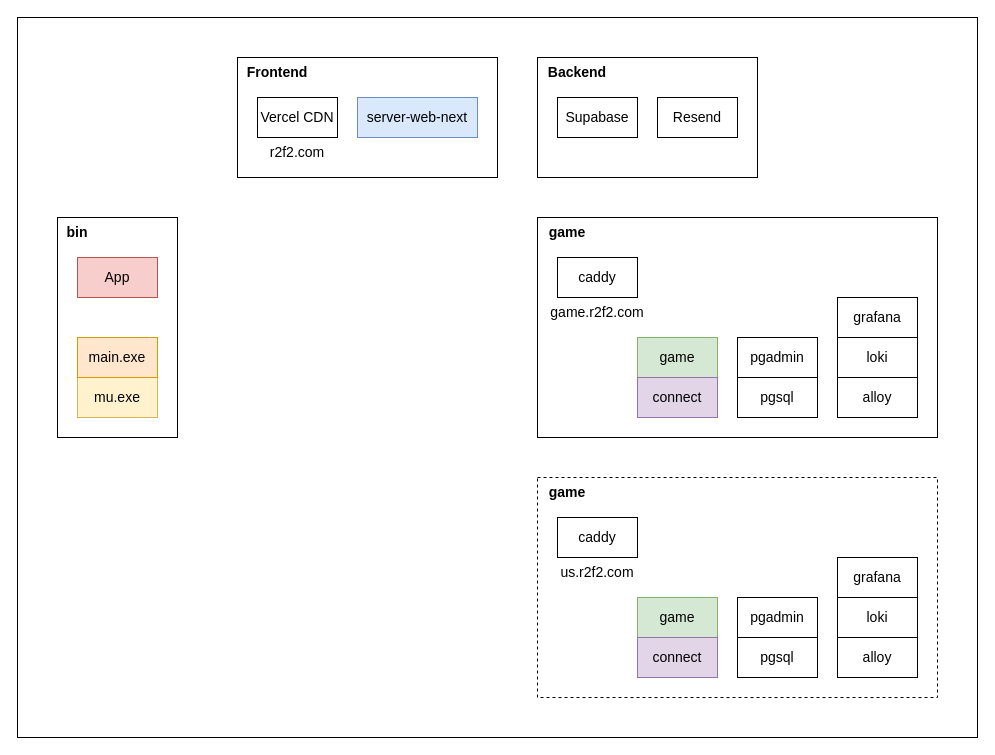
Earlier version of the draw.io diagram docker/deploy.drawio (xujintao/balgass). Source tidied: cells renumbered, new cells numbered last; positions are measured from the earlier drawing's top-left corner, leaving out a move shared by most shapes. Both pictures are drawn from the tidied source at 100%, with x=0, y=0 at pixel (17, 17).
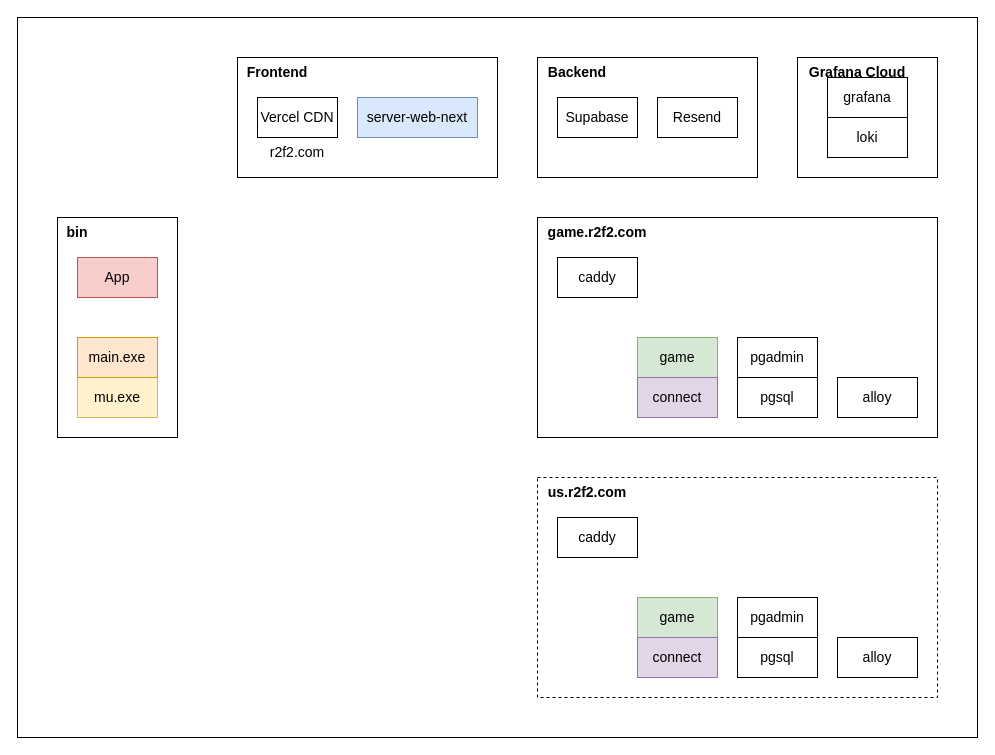
The same diagram, later.

Commit message (it also covers changes not shown here):
docs/refactor: update system and deployment diagrams

Diff of the diagram source:
```diff
@@
+    <mxCell id="39" style="rounded=0;whiteSpace=wrap;html=1;fillColor=none;fontSize=14;" parent="1" vertex="1">
+      <mxGeometry x="780" y="40" width="140" height="120" as="geometry" />
+    </mxCell>
@@
-    <mxCell id="13" value="game.r2f2.com" style="text;html=1;strokeColor=none;fillColor=none;align=center;verticalAlign=middle;whiteSpace=wrap;rounded=0;fontSize=14;" parent="1" vertex="1">
-      <mxGeometry x="530" y="280" width="100" height="30" as="geometry" />
+    <mxCell id="13" value="&lt;b&gt;game.r2f2.com&lt;/b&gt;" style="text;html=1;strokeColor=none;fillColor=none;align=center;verticalAlign=middle;whiteSpace=wrap;rounded=0;fontSize=14;" parent="1" vertex="1">
+      <mxGeometry x="520" y="200" width="120" height="30" as="geometry" />
     </mxCell>
@@
     <mxCell id="16" value="grafana" style="rounded=0;whiteSpace=wrap;html=1;fontSize=14;" parent="1" vertex="1">
-      <mxGeometry x="820" y="280" width="80" height="40" as="geometry" />
+      <mxGeometry x="810" y="60" width="80" height="40" as="geometry" />
     </mxCell>
     <mxCell id="17" value="loki" style="rounded=0;whiteSpace=wrap;html=1;fontSize=14;" parent="1" vertex="1">
-      <mxGeometry x="820" y="320" width="80" height="40" as="geometry" />
+      <mxGeometry x="810" y="100" width="80" height="40" as="geometry" />
     </mxCell>
@@
-    <mxCell id="21" value="game" style="text;html=1;align=center;verticalAlign=middle;whiteSpace=wrap;rounded=0;fontSize=14;fontStyle=1;" parent="1" vertex="1">
-      <mxGeometry x="520" y="200" width="60" height="30" as="geometry" />
-    </mxCell>
@@
-    <mxCell id="30" value="us.r2f2.com" style="text;html=1;strokeColor=none;fillColor=none;align=center;verticalAlign=middle;whiteSpace=wrap;rounded=0;fontSize=14;" parent="1" vertex="1">
-      <mxGeometry x="530" y="540" width="100" height="30" as="geometry" />
+    <mxCell id="30" value="us.r2f2.com" style="text;html=1;strokeColor=none;fillColor=none;align=center;verticalAlign=middle;whiteSpace=wrap;rounded=0;fontSize=14;fontStyle=1;" parent="1" vertex="1">
+      <mxGeometry x="520" y="460" width="100" height="30" as="geometry" />
     </mxCell>
@@
-    <mxCell id="32" value="grafana" style="rounded=0;whiteSpace=wrap;html=1;fontSize=14;" parent="1" vertex="1">
-      <mxGeometry x="820" y="540" width="80" height="40" as="geometry" />
-    </mxCell>
-    <mxCell id="33" value="loki" style="rounded=0;whiteSpace=wrap;html=1;fontSize=14;" parent="1" vertex="1">
-      <mxGeometry x="820" y="580" width="80" height="40" as="geometry" />
-    </mxCell>
@@
-    <mxCell id="35" value="game" style="text;html=1;align=center;verticalAlign=middle;whiteSpace=wrap;rounded=0;fontSize=14;fontStyle=1;" parent="1" vertex="1">
-      <mxGeometry x="520" y="460" width="60" height="30" as="geometry" />
-    </mxCell>
@@
+    <mxCell id="40" value="Grafana Cloud" style="text;html=1;align=center;verticalAlign=middle;whiteSpace=wrap;rounded=0;fontSize=14;fontStyle=1;" parent="1" vertex="1">
+      <mxGeometry x="780" y="40" width="120" height="30" as="geometry" />
+    </mxCell>
```
